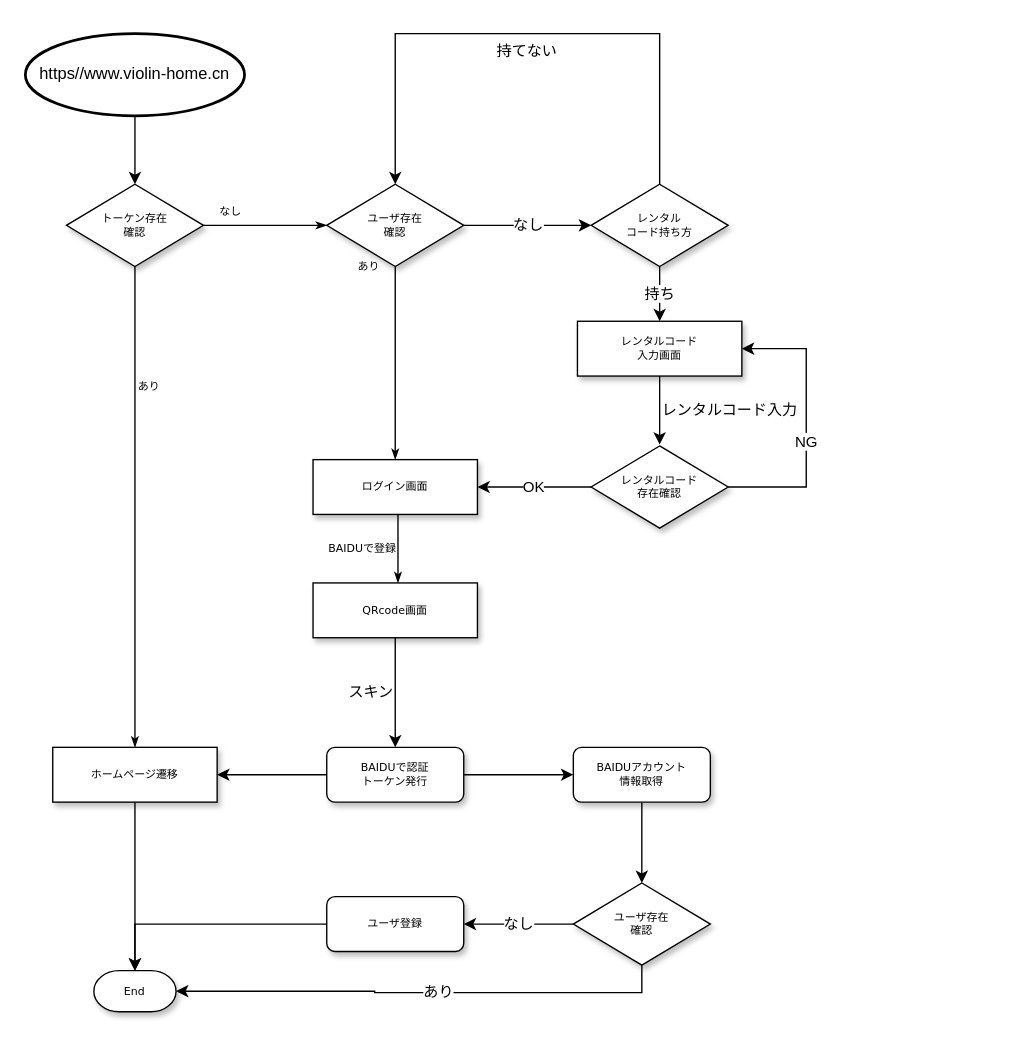
simple321vip/violin-trade keeps this draw.io diagram as 認証.drawio. Above is the earlier version. Source tidied: cells renumbered, new cells numbered last; positions are measured from the earlier drawing's top-left corner, leaving out a move shared by most shapes. Both pictures are drawn from the tidied source at 137%, with x=0, y=0 at pixel (25, 33).
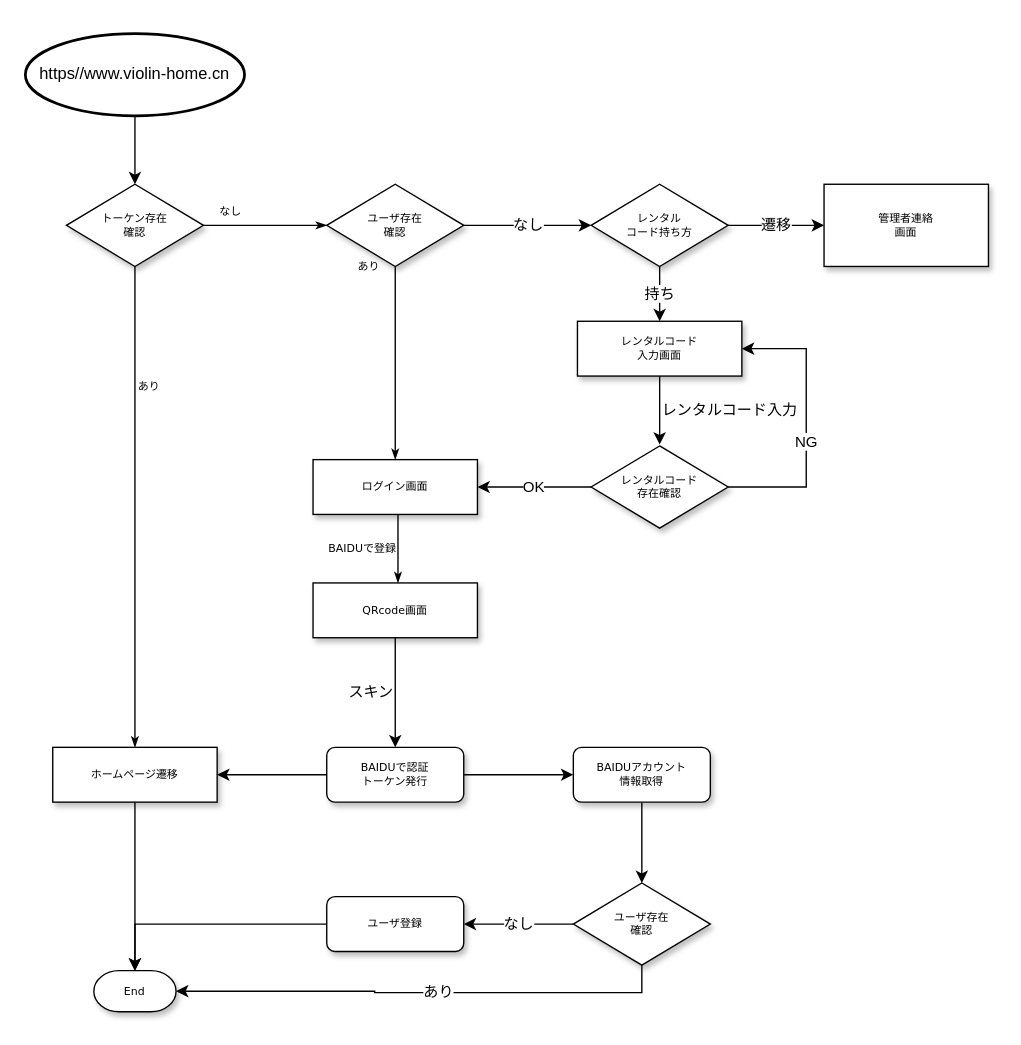
After the change.

The change refers to these unchanged cells:
```xml
<mxCell id="7" value="ユーザ存在&lt;br&gt;確認" style="rhombus;whiteSpace=wrap;html=1;rounded=0;shadow=1;labelBackgroundColor=none;strokeWidth=1;fontFamily=Verdana;fontSize=8;align=center;" parent="1" vertex="1">
  <mxGeometry x="220" y="110" width="100" height="60" as="geometry" />
</mxCell>
<mxCell id="22" value="レンタル&lt;br&gt;コード持ち方" style="rhombus;whiteSpace=wrap;html=1;rounded=0;shadow=1;labelBackgroundColor=none;strokeWidth=1;fontFamily=Verdana;fontSize=8;align=center;" parent="1" vertex="1">
  <mxGeometry x="413" y="110" width="100" height="60" as="geometry" />
</mxCell>
```

The edit, as a diff of the source:
```diff
@@
+    <mxCell id="35" value="遷移" style="edgeStyle=orthogonalEdgeStyle;rounded=0;jettySize=auto;html=1;" parent="1" edge="1" source="22" target="36">
+      <mxGeometry relative="1" as="geometry" />
+    </mxCell>
@@
-    <mxCell id="34" value="持てない" style="edgeStyle=orthogonalEdgeStyle;rounded=0;jettySize=auto;html=1;entryX=0.5;entryY=0;entryDx=0;entryDy=0;exitX=0.5;exitY=0;exitDx=0;exitDy=0;labelPosition=center;verticalLabelPosition=bottom;align=center;verticalAlign=top;" parent="1" edge="1" source="22" target="7">
-      <mxGeometry relative="1" as="geometry">
-        <Array as="points">
-          <mxPoint x="463" />
-          <mxPoint x="270" />
-        </Array>
-      </mxGeometry>
-    </mxCell>
+    <mxCell id="36" value="管理者連絡&lt;br&gt;画面" style="whiteSpace=wrap;html=1;fontSize=8;fontFamily=Verdana;rounded=0;shadow=1;labelBackgroundColor=none;strokeWidth=1;" parent="1" vertex="1">
+      <mxGeometry x="583" y="110" width="120" height="60" as="geometry" />
+    </mxCell>
```
